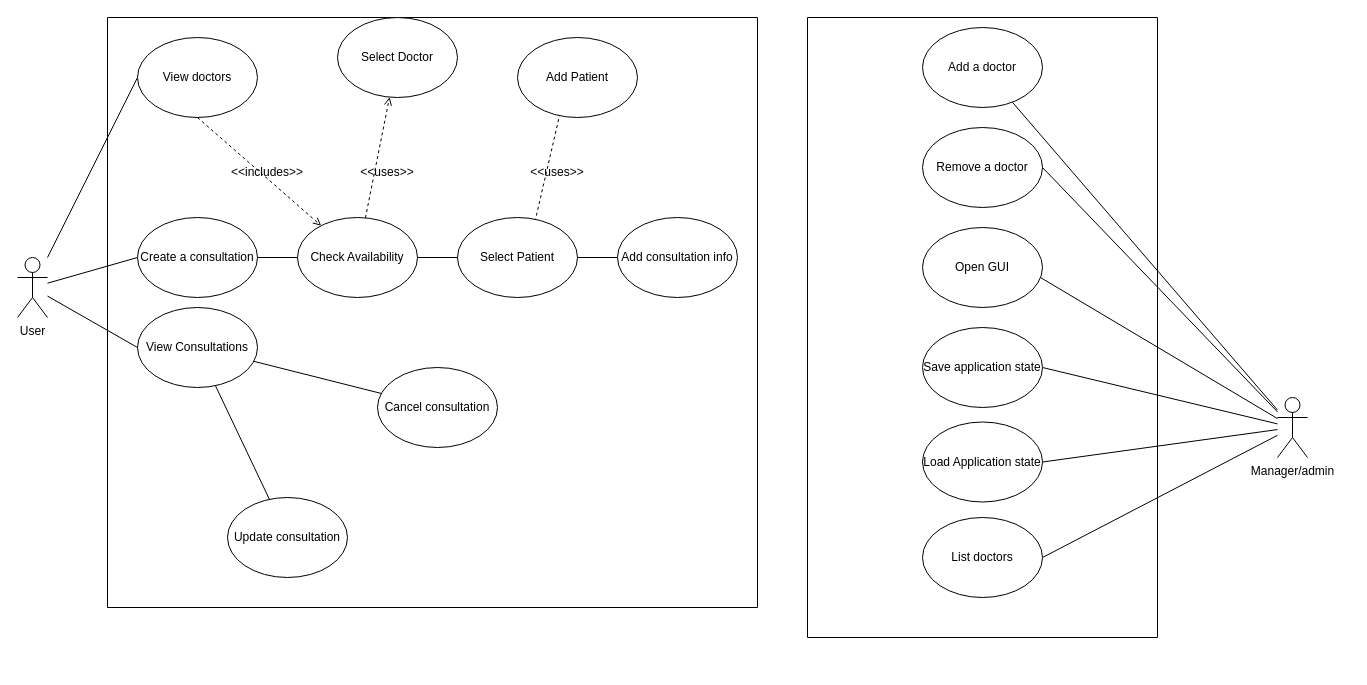
Earlier version of the draw.io diagram page "use case diagram" (2 of 4) of design/Untitled Diagram.drawio (dovh-me/oop-consultationManager). Source tidied: cells renumbered, new cells numbered last; positions are measured from the earlier drawing's top-left corner, leaving out a move shared by most shapes. Both pictures are drawn from the tidied source at 100%, with x=0, y=0 at pixel (17, 17).
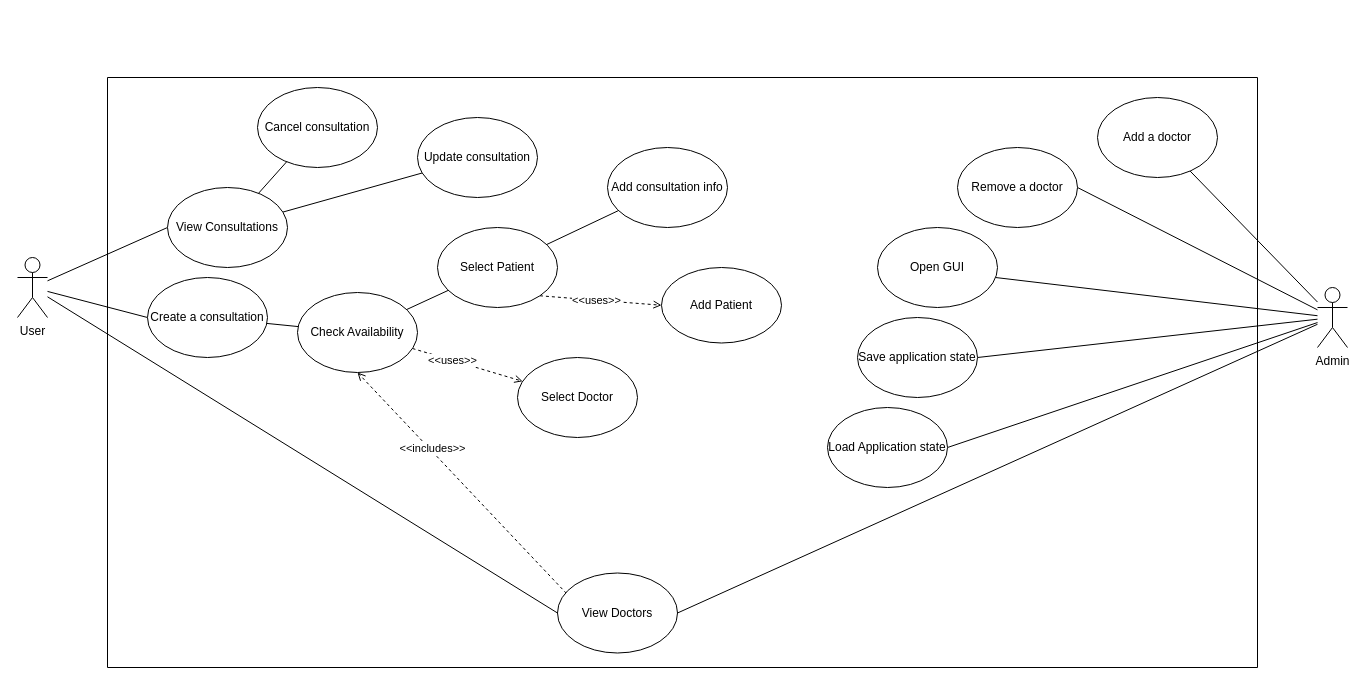
The same diagram, later.

The change refers to these unchanged cells:
```xml
<mxCell id="5" value="User" style="shape=umlActor;verticalLabelPosition=bottom;verticalAlign=top;html=1;outlineConnect=0;" parent="1" vertex="1">
  <mxGeometry y="240" width="30" height="60" as="geometry" />
</mxCell>
```

What changed in the source:
```diff
@@
-    <mxCell id="3" style="edgeStyle=none;rounded=0;jettySize=auto;html=1;entryX=0;entryY=0.5;entryDx=0;entryDy=0;endArrow=none;endFill=0;" parent="1" edge="1" source="5" target="18">
+    <mxCell id="3" style="edgeStyle=none;rounded=0;jettySize=auto;html=1;entryX=0;entryY=0.5;entryDx=0;entryDy=0;endArrow=none;endFill=0;jumpStyle=arc;" parent="1" edge="1" source="5" target="41">
       <mxGeometry relative="1" as="geometry" />
     </mxCell>
@@
-    <mxCell id="12" value="Manager/admin" style="shape=umlActor;verticalLabelPosition=bottom;verticalAlign=top;html=1;outlineConnect=0;" parent="1" vertex="1">
-      <mxGeometry x="1260" y="380" width="30" height="60" as="geometry" />
+    <mxCell id="12" value="Admin" style="shape=umlActor;verticalLabelPosition=bottom;verticalAlign=top;html=1;outlineConnect=0;" parent="1" vertex="1">
+      <mxGeometry x="1300" y="270" width="30" height="60" as="geometry" />
     </mxCell>
     <mxCell id="13" style="swimlane;startSize=0;" parent="1" vertex="1">
-      <mxGeometry x="90" width="650" height="590" as="geometry" />
+      <mxGeometry x="90" y="60" width="1150" height="590" as="geometry" />
     </mxCell>
@@
     <mxCell id="15" value="Create a consultation" style="ellipse;whiteSpace=wrap;html=1;" parent="13" vertex="1">
-      <mxGeometry x="30" y="200" width="120" height="80" as="geometry" />
+      <mxGeometry x="40" y="200" width="120" height="80" as="geometry" />
     </mxCell>
-    <mxCell id="16" value="Update consultation" style="ellipse;whiteSpace=wrap;html=1;" parent="13" vertex="1">
-      <mxGeometry x="120" y="480" width="120" height="80" as="geometry" />
-    </mxCell>
-    <mxCell id="17" value="Cancel consultation" style="ellipse;whiteSpace=wrap;html=1;" parent="13" vertex="1">
-      <mxGeometry x="270" y="350" width="120" height="80" as="geometry" />
-    </mxCell>
-    <mxCell id="18" value="View doctors" style="ellipse;whiteSpace=wrap;html=1;" parent="13" vertex="1">
-      <mxGeometry x="30" y="20" width="120" height="80" as="geometry" />
-    </mxCell>
-    <mxCell id="19" style="edgeStyle=none;rounded=0;jettySize=auto;html=1;endArrow=none;endFill=0;" parent="13" edge="1" source="21" target="17">
-      <mxGeometry relative="1" as="geometry" />
-    </mxCell>
-    <mxCell id="20" style="edgeStyle=none;rounded=0;jettySize=auto;html=1;endArrow=none;endFill=0;" parent="13" edge="1" source="21" target="16">
-      <mxGeometry relative="1" as="geometry" />
-    </mxCell>
-    <mxCell id="21" value="View Consultations" style="ellipse;whiteSpace=wrap;html=1;" parent="13" vertex="1">
-      <mxGeometry x="30" y="290" width="120" height="80" as="geometry" />
-    </mxCell>
@@
-    <mxCell id="23" style="edgeStyle=none;rounded=0;jettySize=auto;html=1;exitX=0.5;exitY=1;exitDx=0;exitDy=0;entryX=0.5;entryY=0;entryDx=0;entryDy=0;dashed=1;endArrow=open;endFill=0;" parent="13" edge="1" source="24" target="25">
+    <mxCell id="23" style="edgeStyle=none;rounded=0;jettySize=auto;html=1;exitX=1;exitY=1;exitDx=0;exitDy=0;dashed=1;endArrow=open;endFill=0;entryX=0;entryY=0.5;entryDx=0;entryDy=0;" parent="13" edge="1" source="24" target="25">
       <mxGeometry relative="1" as="geometry" />
     </mxCell>
+    <mxCell id="42" value="&lt;div&gt;&amp;lt;&amp;lt;uses&amp;gt;&amp;gt;&lt;/div&gt;" style="edgeLabel;html=1;align=center;verticalAlign=middle;" parent="23" vertex="1">
+      <mxGeometry x="-0.08" relative="1" as="geometry" />
+    </mxCell>
     <mxCell id="24" value="Select Patient" style="ellipse;whiteSpace=wrap;html=1;" parent="13" vertex="1">
-      <mxGeometry x="350" y="200" width="120" height="80" as="geometry" />
+      <mxGeometry x="330" y="150" width="120" height="80" as="geometry" />
     </mxCell>
     <mxCell id="25" value="Add Patient" style="ellipse;whiteSpace=wrap;html=1;" parent="13" vertex="1">
-      <mxGeometry x="410" y="20" width="120" height="80" as="geometry" />
+      <mxGeometry x="554" y="190" width="120" height="75.5" as="geometry" />
     </mxCell>
@@
-    <mxCell id="27" style="rounded=0;jettySize=auto;html=1;dashed=1;endArrow=open;endFill=0;" parent="13" edge="1" source="28" target="31">
+    <mxCell id="27" style="rounded=0;jettySize=auto;html=1;dashed=1;endArrow=open;endFill=0;jumpStyle=arc;" parent="13" edge="1" source="28" target="31">
       <mxGeometry relative="1" as="geometry" />
     </mxCell>
+    <mxCell id="43" value="&lt;div&gt;&amp;lt;&amp;lt;uses&amp;gt;&amp;gt;&lt;/div&gt;" style="edgeLabel;html=1;align=center;verticalAlign=middle;" parent="27" vertex="1">
+      <mxGeometry x="-0.28" relative="1" as="geometry" />
+    </mxCell>
     <mxCell id="28" value="Check Availability" style="ellipse;whiteSpace=wrap;html=1;" parent="13" vertex="1">
-      <mxGeometry x="190" y="200" width="120" height="80" as="geometry" />
+      <mxGeometry x="190" y="215" width="120" height="80" as="geometry" />
     </mxCell>
     <mxCell id="29" value="Add consultation info" style="ellipse;whiteSpace=wrap;html=1;" parent="13" vertex="1">
-      <mxGeometry x="510" y="200" width="120" height="80" as="geometry" />
+      <mxGeometry x="500" y="70" width="120" height="80" as="geometry" />
     </mxCell>
-    <mxCell id="30" value="&amp;lt;&amp;lt;uses&amp;gt;&amp;gt;" style="text;html=1;strokeColor=none;fillColor=none;align=center;verticalAlign=middle;whiteSpace=wrap;rounded=0;" parent="13" vertex="1">
-      <mxGeometry x="420" y="140" width="60" height="30" as="geometry" />
-    </mxCell>
     <mxCell id="31" value="Select Doctor" style="ellipse;whiteSpace=wrap;html=1;" parent="13" vertex="1">
-      <mxGeometry x="230" width="120" height="80" as="geometry" />
+      <mxGeometry x="410" y="280" width="120" height="80" as="geometry" />
     </mxCell>
-    <mxCell id="32" value="&amp;lt;&amp;lt;uses&amp;gt;&amp;gt;" style="text;html=1;strokeColor=none;fillColor=none;align=center;verticalAlign=middle;whiteSpace=wrap;rounded=0;" parent="13" vertex="1">
-      <mxGeometry x="250" y="140" width="60" height="30" as="geometry" />
-    </mxCell>
-    <mxCell id="33" style="edgeStyle=none;rounded=0;jettySize=auto;html=1;endArrow=open;endFill=0;dashed=1;exitX=0.5;exitY=1;exitDx=0;exitDy=0;" parent="13" edge="1" source="18" target="28">
+    <mxCell id="33" style="edgeStyle=none;rounded=0;jettySize=auto;html=1;endArrow=open;endFill=0;dashed=1;entryX=0.5;entryY=1;entryDx=0;entryDy=0;exitX=0.075;exitY=0.256;exitDx=0;exitDy=0;exitPerimeter=0;" parent="13" edge="1" source="41" target="28">
       <mxGeometry relative="1" as="geometry" />
     </mxCell>
-    <mxCell id="34" value="&amp;lt;&amp;lt;includes&amp;gt;&amp;gt;" style="text;html=1;strokeColor=none;fillColor=none;align=center;verticalAlign=middle;whiteSpace=wrap;rounded=0;" parent="13" vertex="1">
-      <mxGeometry x="130" y="140" width="60" height="30" as="geometry" />
+    <mxCell id="34" value="&amp;lt;&amp;lt;includes&amp;gt;&amp;gt;" style="edgeLabel;html=1;align=center;verticalAlign=middle;" parent="33" vertex="1">
+      <mxGeometry x="0.3" y="-2" relative="1" as="geometry" />
     </mxCell>
-    <mxCell id="35" style="swimlane;startSize=0;" parent="1" vertex="1">
-      <mxGeometry x="790" width="350" height="620" as="geometry" />
-    </mxCell>
-    <mxCell id="36" value="Add a doctor" style="ellipse;whiteSpace=wrap;html=1;" parent="35" vertex="1">
-      <mxGeometry x="115" y="10" width="120" height="80" as="geometry" />
+    <mxCell id="36" value="Add a doctor" style="ellipse;whiteSpace=wrap;html=1;" parent="13" vertex="1">
+      <mxGeometry x="990" y="20" width="120" height="80" as="geometry" />
     </mxCell>
-    <mxCell id="37" value="Remove a doctor" style="ellipse;whiteSpace=wrap;html=1;" parent="35" vertex="1">
-      <mxGeometry x="115" y="110" width="120" height="80" as="geometry" />
+    <mxCell id="37" value="Remove a doctor" style="ellipse;whiteSpace=wrap;html=1;" parent="13" vertex="1">
+      <mxGeometry x="850" y="70" width="120" height="80" as="geometry" />
     </mxCell>
-    <mxCell id="38" value="Open GUI" style="ellipse;whiteSpace=wrap;html=1;" parent="35" vertex="1">
-      <mxGeometry x="115" y="210" width="120" height="80" as="geometry" />
+    <mxCell id="38" value="Open GUI" style="ellipse;whiteSpace=wrap;html=1;" parent="13" vertex="1">
+      <mxGeometry x="770" y="150" width="120" height="80" as="geometry" />
     </mxCell>
-    <mxCell id="39" value="Save application state" style="ellipse;whiteSpace=wrap;html=1;" parent="35" vertex="1">
-      <mxGeometry x="115" y="310" width="120" height="80" as="geometry" />
+    <mxCell id="39" value="Save application state" style="ellipse;whiteSpace=wrap;html=1;" parent="13" vertex="1">
+      <mxGeometry x="750" y="240" width="120" height="80" as="geometry" />
     </mxCell>
-    <mxCell id="40" value="Load Application state" style="ellipse;whiteSpace=wrap;html=1;" parent="35" vertex="1">
-      <mxGeometry x="115" y="404.5" width="120" height="80" as="geometry" />
+    <mxCell id="40" value="Load Application state" style="ellipse;whiteSpace=wrap;html=1;" parent="13" vertex="1">
+      <mxGeometry x="720" y="330" width="120" height="80" as="geometry" />
     </mxCell>
-    <mxCell id="41" value="List doctors" style="ellipse;whiteSpace=wrap;html=1;" parent="35" vertex="1">
-      <mxGeometry x="115" y="500" width="120" height="80" as="geometry" />
+    <mxCell id="41" value="View Doctors" style="ellipse;whiteSpace=wrap;html=1;" parent="13" vertex="1">
+      <mxGeometry x="450" y="495.5" width="120" height="80" as="geometry" />
     </mxCell>
+    <mxCell id="16" value="Update consultation" style="ellipse;whiteSpace=wrap;html=1;" parent="13" vertex="1">
+      <mxGeometry x="310" y="40" width="120" height="80" as="geometry" />
+    </mxCell>
+    <mxCell id="17" value="Cancel consultation" style="ellipse;whiteSpace=wrap;html=1;" parent="13" vertex="1">
+      <mxGeometry x="150" y="10" width="120" height="80" as="geometry" />
+    </mxCell>
+    <mxCell id="19" style="edgeStyle=none;rounded=0;jettySize=auto;html=1;endArrow=none;endFill=0;" parent="13" edge="1" source="21" target="17">
+      <mxGeometry relative="1" as="geometry" />
+    </mxCell>
+    <mxCell id="20" style="edgeStyle=none;rounded=0;jettySize=auto;html=1;endArrow=none;endFill=0;" parent="13" edge="1" source="21" target="16">
+      <mxGeometry relative="1" as="geometry" />
+    </mxCell>
+    <mxCell id="21" value="View Consultations" style="ellipse;whiteSpace=wrap;html=1;" parent="13" vertex="1">
+      <mxGeometry x="60" y="110" width="120" height="80" as="geometry" />
+    </mxCell>
```
